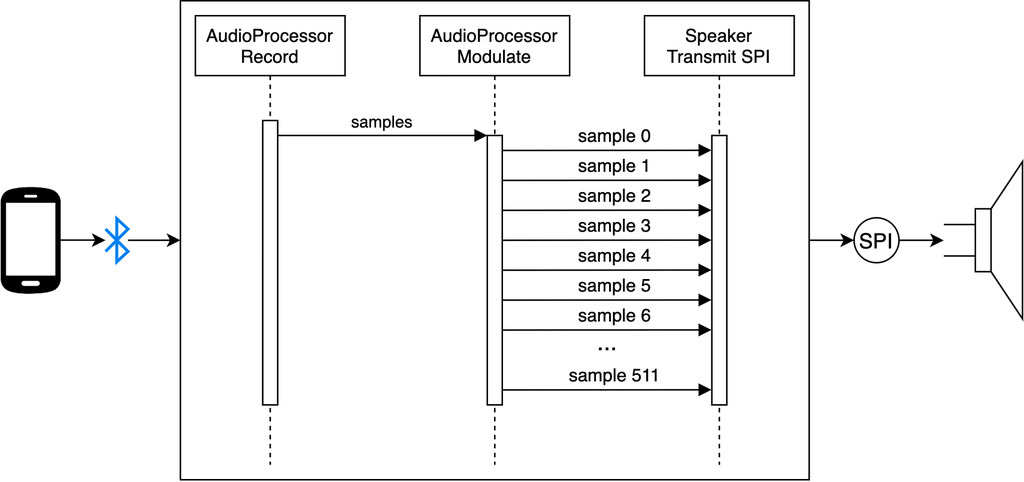
The draw.io diagram docs/src/assets/pictures/software/sequence_diagramm.png in lufixSch/sound-laser, before a commit. Source tidied: cells renumbered, new cells last; positions are measured from the earlier drawing's top-left corner, leaving out a move shared by most shapes.
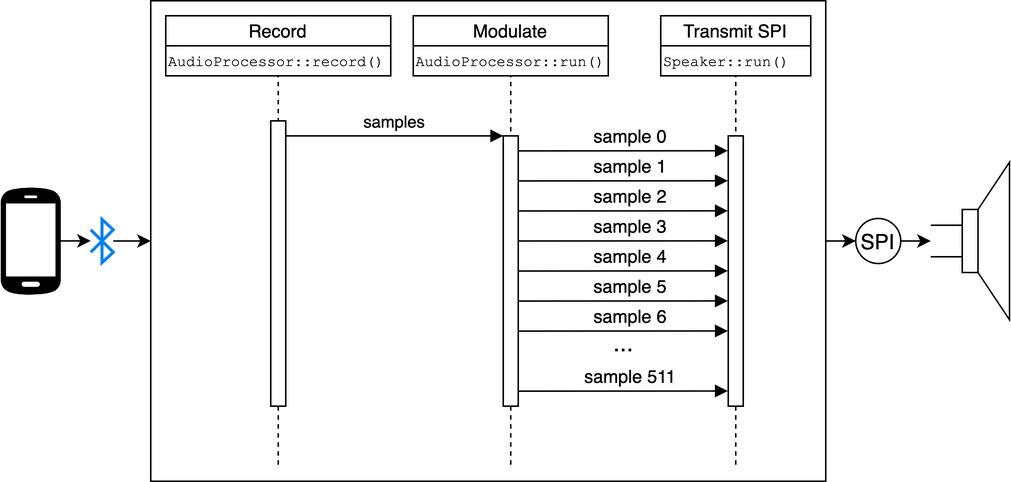
The same diagram one commit later.

The edit, as a diff of the source:
```diff
@@ -2,27 +2,21 @@
   <root>
     <mxCell id="0" />
     <mxCell id="1" parent="0" />
-    <mxCell id="2" value="AudioProcessor&#10;Record" style="shape=umlLifeline;perimeter=lifelinePerimeter;rounded=0;shadow=0;strokeWidth=1;" parent="1" vertex="1">
-      <mxGeometry x="130" y="10" width="100" height="300" as="geometry" />
-    </mxCell>
-    <mxCell id="3" style="points=[];perimeter=orthogonalPerimeter;rounded=0;shadow=0;strokeWidth=1;" parent="2" vertex="1">
-      <mxGeometry x="45" y="70" width="10" height="190" as="geometry" />
-    </mxCell>
-    <mxCell id="4" value="AudioProcessor&#10;Modulate" style="shape=umlLifeline;perimeter=lifelinePerimeter;rounded=0;shadow=0;strokeWidth=1;" parent="1" vertex="1">
-      <mxGeometry x="280" y="10" width="100" height="300" as="geometry" />
-    </mxCell>
-    <mxCell id="5" style="points=[];perimeter=orthogonalPerimeter;rounded=0;shadow=0;strokeWidth=1;" parent="4" vertex="1">
-      <mxGeometry x="45" y="80" width="10" height="180" as="geometry" />
-    </mxCell>
+    <mxCell id="23" style="rounded=0;whiteSpace=wrap;html=1;fillColor=none;" parent="1" vertex="1">
+      <mxGeometry x="90" width="450" height="320" as="geometry" />
+    </mxCell>
     <mxCell id="6" value="samples" style="verticalAlign=bottom;endArrow=block;entryX=0;entryY=0;shadow=0;strokeWidth=1;" parent="1" edge="1" source="3" target="5">
       <mxGeometry relative="1" as="geometry" />
     </mxCell>
-    <mxCell id="7" value="Speaker&#10;Transmit SPI" style="shape=umlLifeline;perimeter=lifelinePerimeter;rounded=0;shadow=0;strokeWidth=1;" parent="1" vertex="1">
+    <mxCell id="7" value="Transmit SPI" style="shape=umlLifeline;perimeter=lifelinePerimeter;rounded=0;shadow=0;strokeWidth=1;size=20;" parent="1" vertex="1">
       <mxGeometry x="430" y="10" width="100" height="300" as="geometry" />
     </mxCell>
     <mxCell id="8" style="points=[];perimeter=orthogonalPerimeter;rounded=0;shadow=0;strokeWidth=1;" parent="7" vertex="1">
       <mxGeometry x="45" y="80" width="10" height="180" as="geometry" />
     </mxCell>
+    <mxCell id="27" value="&lt;font style=&quot;font-size: 10px;&quot; face=&quot;Courier New&quot;&gt;Speaker::run()&lt;/font&gt;" style="rounded=0;whiteSpace=wrap;html=1;align=left;" parent="7" vertex="1">
+      <mxGeometry y="20" width="100" height="20" as="geometry" />
+    </mxCell>
     <mxCell id="9" value="..." style="text;html=1;align=center;verticalAlign=middle;strokeColor=none;fillColor=none;fontSize=16;" parent="1" vertex="1">
       <mxGeometry x="385" y="214" width="40" height="30" as="geometry" />
     </mxCell>
@@ -35,13 +29,13 @@
       <mxGeometry relative="1" as="geometry" />
     </mxCell>
     <mxCell id="12" style="html=1;verticalLabelPosition=bottom;align=center;labelBackgroundColor=#ffffff;verticalAlign=top;strokeWidth=2;strokeColor=#0080F0;shadow=0;dashed=0;shape=mxgraph.ios7.icons.bluetooth;" parent="1" vertex="1">
-      <mxGeometry x="70" y="145.6" width="15" height="28.8" as="geometry" />
+      <mxGeometry x="50" y="145.6" width="15" height="28.8" as="geometry" />
     </mxCell>
     <mxCell id="13" style="edgeStyle=orthogonalEdgeStyle;rounded=0;jettySize=auto;html=1;entryX=0;entryY=0.5;entryDx=0;entryDy=0;entryPerimeter=0;fontSize=14;" parent="1" edge="1" source="14" target="12">
       <mxGeometry relative="1" as="geometry" />
     </mxCell>
     <mxCell id="14" style="sketch=0;shadow=0;dashed=0;html=1;strokeColor=none;fillColor=#000000;labelPosition=center;verticalLabelPosition=bottom;verticalAlign=top;outlineConnect=0;align=center;shape=mxgraph.office.devices.cell_phone_android_proportional;" parent="1" vertex="1">
-      <mxGeometry y="123.5" width="40" height="72.9" as="geometry" />
+      <mxGeometry x="-10" y="123.5" width="40" height="72.9" as="geometry" />
     </mxCell>
     <mxCell id="15" value="sample 1" style="verticalAlign=bottom;endArrow=block;shadow=0;strokeWidth=1;entryX=-0.028;entryY=0.055;entryDx=0;entryDy=0;entryPerimeter=0;fontSize=12;" parent="1" edge="1">
       <mxGeometry x="0.07" relative="1" as="geometry">
@@ -88,17 +82,38 @@
     <mxCell id="22" style="edgeStyle=orthogonalEdgeStyle;rounded=0;jettySize=auto;html=1;entryX=0;entryY=0.5;entryDx=0;entryDy=0;fontSize=14;" parent="1" edge="1" source="23" target="25">
       <mxGeometry relative="1" as="geometry" />
     </mxCell>
-    <mxCell id="23" style="rounded=0;whiteSpace=wrap;html=1;fillColor=none;" parent="1" vertex="1">
-      <mxGeometry x="120" width="420" height="320" as="geometry" />
-    </mxCell>
     <mxCell id="24" style="edgeStyle=orthogonalEdgeStyle;rounded=0;jettySize=auto;html=1;entryX=-0.002;entryY=0.501;entryDx=0;entryDy=0;entryPerimeter=0;fontSize=14;" parent="1" edge="1" source="25" target="26">
       <mxGeometry relative="1" as="geometry" />
     </mxCell>
     <mxCell id="25" value="SPI" style="ellipse;whiteSpace=wrap;html=1;fillColor=none;verticalAlign=middle;fontSize=14;spacingTop=1;spacingBottom=0;" parent="1" vertex="1">
-      <mxGeometry x="570" y="145" width="30" height="30" as="geometry" />
+      <mxGeometry x="560" y="145" width="30" height="30" as="geometry" />
     </mxCell>
     <mxCell id="26" style="verticalLabelPosition=bottom;shadow=0;dashed=0;align=center;html=1;verticalAlign=top;shape=mxgraph.electrical.electro-mechanical.loudspeaker;fillColor=none;" parent="1" vertex="1">
-      <mxGeometry x="630" y="107.5" width="52.5" height="105" as="geometry" />
+      <mxGeometry x="610" y="107.5" width="52.5" height="105" as="geometry" />
     </mxCell>
+    <mxCell id="28" style="group;" parent="1" vertex="1">
+      <mxGeometry x="100" y="10" width="150" height="300" as="geometry" />
+    </mxCell>
+    <mxCell id="2" value="Record" style="shape=umlLifeline;perimeter=lifelinePerimeter;rounded=0;shadow=0;strokeWidth=1;size=20;" parent="28" vertex="1">
+      <mxGeometry width="150" height="300" as="geometry" />
+    </mxCell>
+    <mxCell id="3" style="points=[];perimeter=orthogonalPerimeter;rounded=0;shadow=0;strokeWidth=1;" parent="2" vertex="1">
+      <mxGeometry x="70" y="70" width="10" height="190" as="geometry" />
+    </mxCell>
+    <mxCell id="29" value="&lt;font style=&quot;font-size: 10px;&quot; face=&quot;Courier New&quot;&gt;AudioProcessor::record()&lt;/font&gt;" style="rounded=0;whiteSpace=wrap;html=1;align=left;" parent="28" vertex="1">
+      <mxGeometry y="20" width="150" height="20" as="geometry" />
+    </mxCell>
+    <mxCell id="30" style="group;" parent="1" vertex="1">
+      <mxGeometry x="255" y="10" width="150" height="300" as="geometry" />
+    </mxCell>
+    <mxCell id="4" value="Modulate" style="shape=umlLifeline;perimeter=lifelinePerimeter;rounded=0;shadow=0;strokeWidth=1;size=20;" parent="30" vertex="1">
+      <mxGeometry x="10" width="130" height="300" as="geometry" />
+    </mxCell>
+    <mxCell id="5" style="points=[];perimeter=orthogonalPerimeter;rounded=0;shadow=0;strokeWidth=1;" parent="4" vertex="1">
+      <mxGeometry x="60" y="80" width="10" height="180" as="geometry" />
+    </mxCell>
+    <mxCell id="31" value="&lt;font style=&quot;font-size: 10px;&quot; face=&quot;Courier New&quot;&gt;AudioProcessor::run()&lt;/font&gt;" style="rounded=0;whiteSpace=wrap;html=1;align=left;" parent="30" vertex="1">
+      <mxGeometry x="10" y="20" width="130" height="20" as="geometry" />
+    </mxCell>
   </root>
 </mxGraphModel>
```
